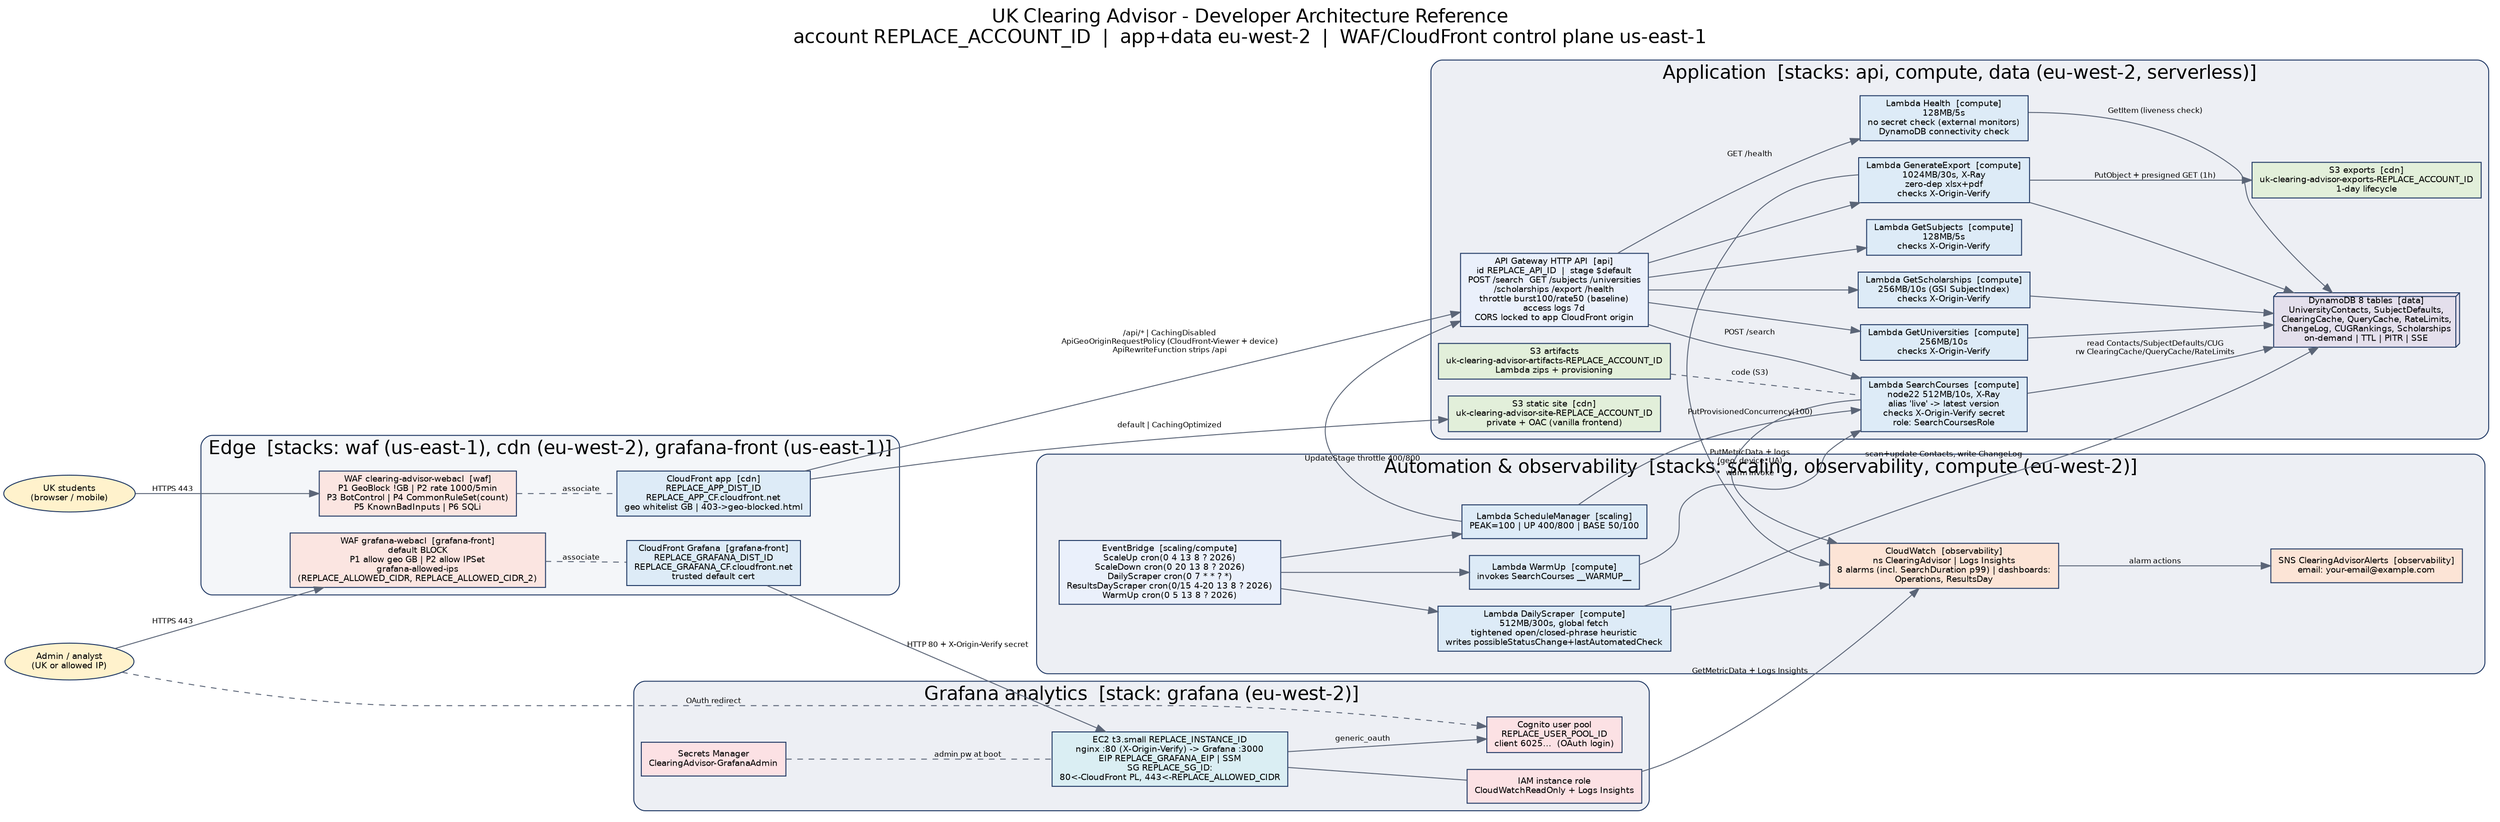
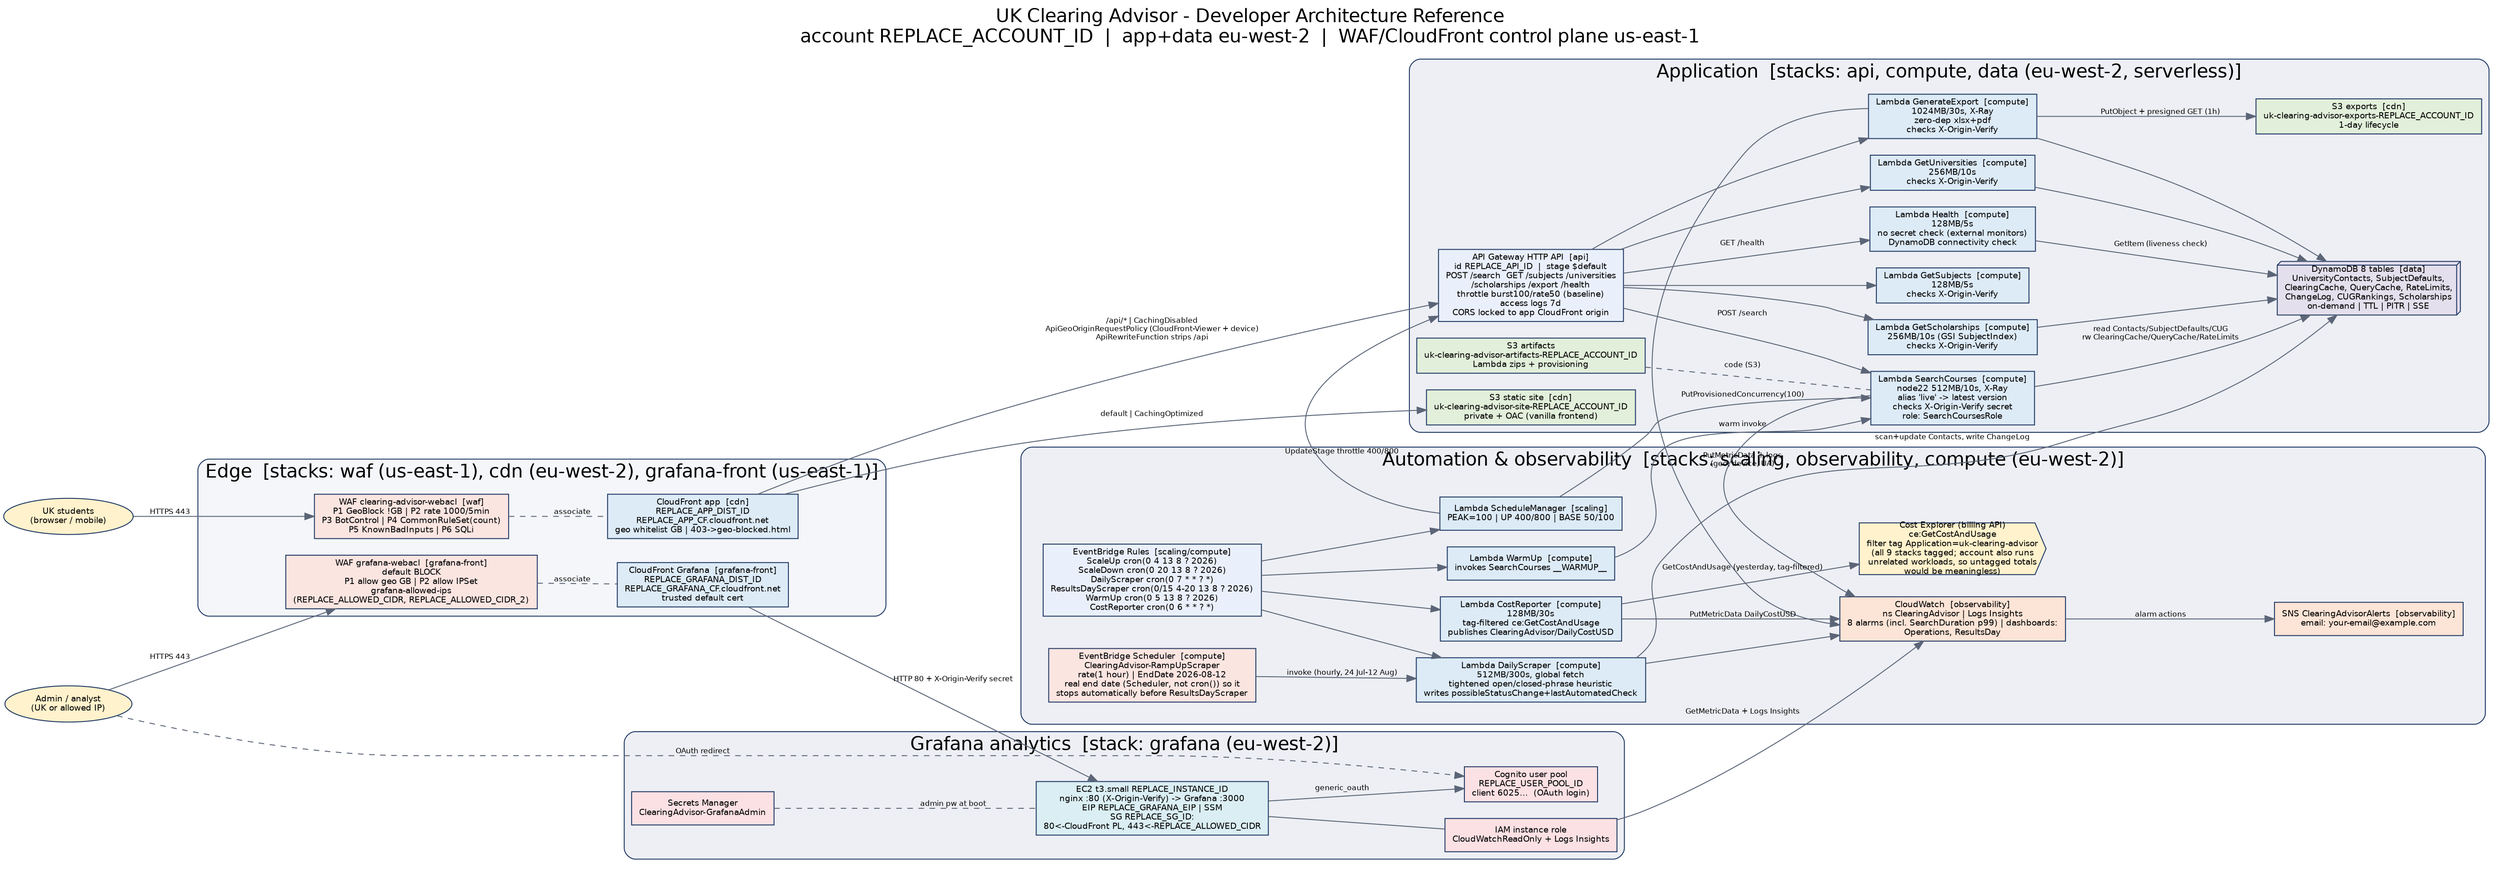
digraph UKClearingAdvisor {
  rankdir=LR;
  fontname="Helvetica"; labelloc="t"; fontsize=20;
  label="UK Clearing Advisor - Developer Architecture Reference\naccount REPLACE_ACCOUNT_ID  |  app+data eu-west-2  |  WAF/CloudFront control plane us-east-1";
  node [fontname="Helvetica", fontsize=9, style="filled", shape=box, color="#1F3864", fillcolor="#EAF0FB"];
  edge [fontname="Helvetica", fontsize=8, color="#5b6577"];
  compound=true;

  UKU [label="UK students\n(browser / mobile)", shape=oval, fillcolor="#FFF2CC"];
  ADM [label="Admin / analyst\n(UK or allowed IP)", shape=oval, fillcolor="#FFF2CC"];

  /* ---------- Edge: WAF + CloudFront ---------- */
  subgraph cluster_edge {
    label="Edge  [stacks: waf (us-east-1), cdn (eu-west-2), grafana-front (us-east-1)]";
    style="rounded,filled"; fillcolor="#F4F6F9"; color="#1F3864";
    WAF1 [label="WAF clearing-advisor-webacl  [waf]\nP1 GeoBlock !GB | P2 rate 1000/5min\nP3 BotControl | P4 CommonRuleSet(count)\nP5 KnownBadInputs | P6 SQLi", fillcolor="#FBE5E1"];
    CF1  [label="CloudFront app  [cdn]\nREPLACE_APP_DIST_ID\nREPLACE_APP_CF.cloudfront.net\ngeo whitelist GB | 403->geo-blocked.html", fillcolor="#DDEBF7"];
    WAF2 [label="WAF grafana-webacl  [grafana-front]\ndefault BLOCK\nP1 allow geo GB | P2 allow IPSet\ngrafana-allowed-ips\n(REPLACE_ALLOWED_CIDR, REPLACE_ALLOWED_CIDR_2)", fillcolor="#FBE5E1"];
    CF2  [label="CloudFront Grafana  [grafana-front]\nREPLACE_GRAFANA_DIST_ID\nREPLACE_GRAFANA_CF.cloudfront.net\ntrusted default cert", fillcolor="#DDEBF7"];
  }

  /* ---------- Application (compute + api + data) ---------- */
  subgraph cluster_app {
    label="Application  [stacks: api, compute, data (eu-west-2, serverless)]";
    style="rounded,filled"; fillcolor="#EDEFF4"; color="#1F3864";
    APIGW  [label="API Gateway HTTP API  [api]\nid REPLACE_API_ID  |  stage $default\nPOST /search  GET /subjects /universities\n/scholarships /export /health\nthrottle burst100/rate50 (baseline)\naccess logs 7d\nCORS locked to app CloudFront origin"];
    SC   [label="Lambda SearchCourses  [compute]\nnode22 512MB/10s, X-Ray\nalias 'live' -> latest version\nchecks X-Origin-Verify secret\nrole: SearchCoursesRole", fillcolor="#DDEBF7"];
    GS   [label="Lambda GetSubjects  [compute]\n128MB/5s\nchecks X-Origin-Verify", fillcolor="#DDEBF7"];
    GU   [label="Lambda GetUniversities  [compute]\n256MB/10s\nchecks X-Origin-Verify", fillcolor="#DDEBF7"];
    GSCH [label="Lambda GetScholarships  [compute]\n256MB/10s (GSI SubjectIndex)\nchecks X-Origin-Verify", fillcolor="#DDEBF7"];
    GE   [label="Lambda GenerateExport  [compute]\n1024MB/30s, X-Ray\nzero-dep xlsx+pdf\nchecks X-Origin-Verify", fillcolor="#DDEBF7"];
    HLTH [label="Lambda Health  [compute]\n128MB/5s\nno secret check (external monitors)\nDynamoDB connectivity check", fillcolor="#DDEBF7"];
    DDB  [label="DynamoDB 8 tables  [data]\nUniversityContacts, SubjectDefaults,\nClearingCache, QueryCache, RateLimits,\nChangeLog, CUGRankings, Scholarships\non-demand | TTL | PITR | SSE", shape=box3d, fillcolor="#E4DFEC"];
    EXP  [label="S3 exports  [cdn]\nuk-clearing-advisor-exports-REPLACE_ACCOUNT_ID\n1-day lifecycle", fillcolor="#E2EFDA"];
    S3SITE [label="S3 static site  [cdn]\nuk-clearing-advisor-site-REPLACE_ACCOUNT_ID\nprivate + OAC (vanilla frontend)", fillcolor="#E2EFDA"];
    ART  [label="S3 artifacts\nuk-clearing-advisor-artifacts-REPLACE_ACCOUNT_ID\nLambda zips + provisioning", fillcolor="#E2EFDA"];
  }

  /* ---------- Automation & observability ---------- */
  subgraph cluster_ops {
    label="Automation & observability  [stacks: scaling, observability, compute (eu-west-2)]";
    labelloc="t"; margin=24;
    style="rounded,filled"; fillcolor="#EDEFF4"; color="#1F3864";
-     EBS  [label="EventBridge  [scaling/compute]\nScaleUp cron(0 4 13 8 ? 2026)\nScaleDown cron(0 20 13 8 ? 2026)\nDailyScraper cron(0 7 * * ? *)\nResultsDayScraper cron(0/15 4-20 13 8 ? 2026)\nWarmUp cron(0 5 13 8 ? 2026)"];
+     EBS  [label="EventBridge Rules  [scaling/compute]\nScaleUp cron(0 4 13 8 ? 2026)\nScaleDown cron(0 20 13 8 ? 2026)\nDailyScraper cron(0 7 * * ? *)\nResultsDayScraper cron(0/15 4-20 13 8 ? 2026)\nWarmUp cron(0 5 13 8 ? 2026)\nCostReporter cron(0 6 * * ? *)"];
+     SCHR [label="EventBridge Scheduler  [compute]\nClearingAdvisor-RampUpScraper\nrate(1 hour) | EndDate 2026-08-12\nreal end date (Scheduler, not cron()) so it\nstops automatically before ResultsDayScraper", fillcolor="#FBE5E1"];
    SCHED [label="Lambda ScheduleManager  [scaling]\nPEAK=100 | UP 400/800 | BASE 50/100", fillcolor="#DDEBF7"];
    DS   [label="Lambda DailyScraper  [compute]\n512MB/300s, global fetch\ntightened open/closed-phrase heuristic\nwrites possibleStatusChange+lastAutomatedCheck", fillcolor="#DDEBF7"];
    WU   [label="Lambda WarmUp  [compute]\ninvokes SearchCourses __WARMUP__", fillcolor="#DDEBF7"];
+     CR   [label="Lambda CostReporter  [compute]\n128MB/30s\ntag-filtered ce:GetCostAndUsage\npublishes ClearingAdvisor/DailyCostUSD", fillcolor="#DDEBF7"];
    CW   [label="CloudWatch  [observability]\nns ClearingAdvisor | Logs Insights\n8 alarms (incl. SearchDuration p99) | dashboards:\nOperations, ResultsDay", fillcolor="#FCE4D6"];
    SNS  [label="SNS ClearingAdvisorAlerts  [observability]\nemail: your-email@example.com", fillcolor="#FCE4D6"];
+     CE   [label="Cost Explorer (billing API)\nce:GetCostAndUsage\nfilter tag Application=uk-clearing-advisor\n(all 9 stacks tagged; account also runs\nunrelated workloads, so untagged totals\nwould be meaningless)", shape=cds, fillcolor="#FFF2CC"];
  }

  /* ---------- Grafana analytics ---------- */
  subgraph cluster_graf {
    label="Grafana analytics  [stack: grafana (eu-west-2)]";
    style="rounded,filled"; fillcolor="#EDEFF4"; color="#1F3864";
    EC2  [label="EC2 t3.small REPLACE_INSTANCE_ID\nnginx :80 (X-Origin-Verify) -> Grafana :3000\nEIP REPLACE_GRAFANA_EIP | SSM\nSG REPLACE_SG_ID:\n80<-CloudFront PL, 443<-REPLACE_ALLOWED_CIDR", fillcolor="#DAEEF3"];
    COG  [label="Cognito user pool\nREPLACE_USER_POOL_ID\nclient 6025...  (OAuth login)", fillcolor="#FCE1E4"];
    ROLE [label="IAM instance role\nCloudWatchReadOnly + Logs Insights", fillcolor="#FCE1E4"];
    SM   [label="Secrets Manager\nClearingAdvisor-GrafanaAdmin", fillcolor="#FCE1E4"];
  }

  /* ---------- Flows: application ---------- */
  UKU  -> WAF1 [label="HTTPS 443"];
  WAF1 -> CF1  [label="associate", style=dashed, dir=none];
  CF1  -> S3SITE [label="default | CachingOptimized"];
  CF1  -> APIGW  [label="/api/* | CachingDisabled\nApiGeoOriginRequestPolicy (CloudFront-Viewer + device)\nApiRewriteFunction strips /api"];
  APIGW -> SC   [label="POST /search"];
  APIGW -> GS; APIGW -> GU; APIGW -> GSCH; APIGW -> GE; APIGW -> HLTH [label="GET /health"];
  SC   -> DDB  [label="read Contacts/SubjectDefaults/CUG\nrw ClearingCache/QueryCache/RateLimits"];
  GU   -> DDB; GSCH -> DDB; GE -> DDB; HLTH -> DDB [label="GetItem (liveness check)"];
  GE   -> EXP  [label="PutObject + presigned GET (1h)"];
  ART  -> SC   [label="code (S3)", style=dashed, dir=none];

  /* ---------- Flows: automation ---------- */
-   EBS   -> SCHED; EBS -> DS; EBS -> WU;
+   EBS   -> SCHED; EBS -> DS; EBS -> WU; EBS -> CR;
+   SCHR  -> DS    [label="invoke (hourly, 24 Jul-12 Aug)"];
  SCHED -> SC    [label="PutProvisionedConcurrency(100)"];
  SCHED -> APIGW [label="UpdateStage throttle 400/800"];
  WU    -> SC    [label="warm invoke"];
  DS    -> DDB   [label="scan+update Contacts, write ChangeLog"];
  SC    -> CW    [label="PutMetricData + logs\n(geo, device, UA)"];
  GE -> CW; DS -> CW;
+   CR    -> CE    [label="GetCostAndUsage (yesterday, tag-filtered)"];
+   CR    -> CW    [label="PutMetricData DailyCostUSD"];
  CW    -> SNS   [label="alarm actions"];

  /* ---------- Flows: grafana ---------- */
  ADM  -> WAF2 [label="HTTPS 443"];
  WAF2 -> CF2  [label="associate", style=dashed, dir=none];
  CF2  -> EC2  [label="HTTP 80 + X-Origin-Verify secret"];
  ADM  -> COG  [label="OAuth redirect", style=dashed];
  EC2  -> COG  [label="generic_oauth"];
  EC2  -> ROLE [dir=none];
  ROLE -> CW   [label="GetMetricData + Logs Insights"];
  SM   -> EC2  [label="admin pw at boot", style=dashed, dir=none];
}
